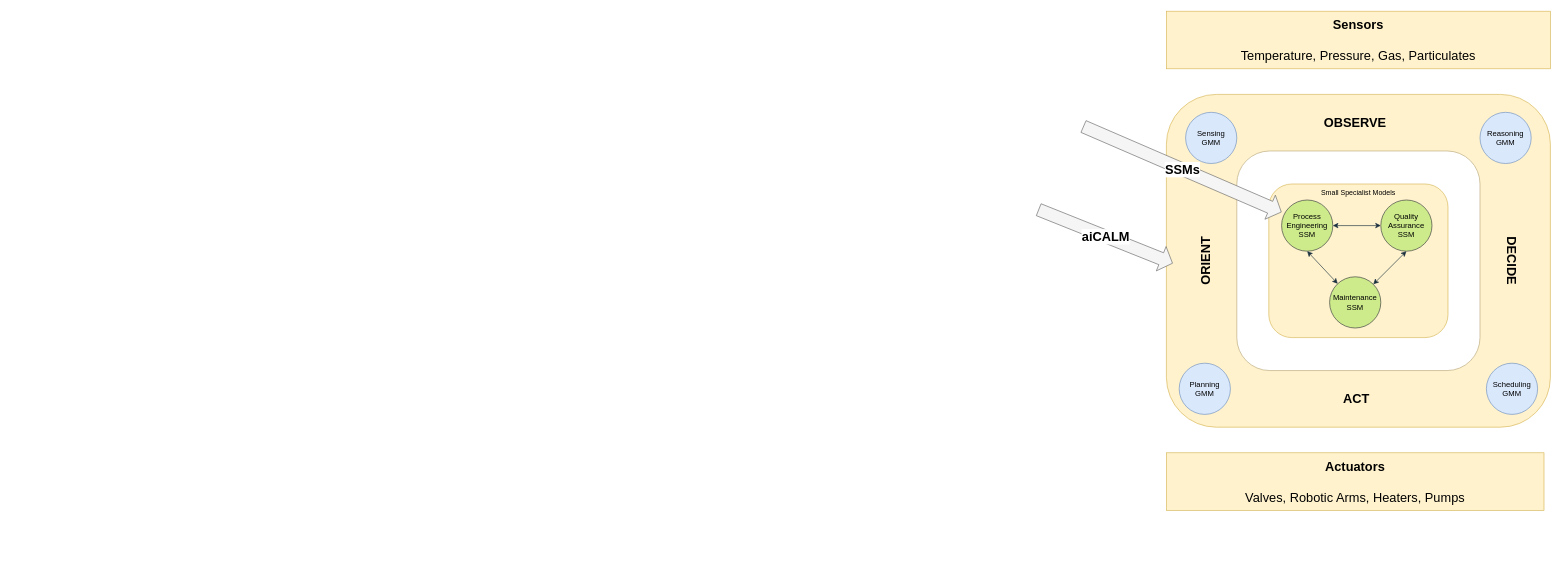
Above: page "ooda-loop" (3 of 8) of docs/diagrams/ssm.drawio in aitomatic/openssa (draw.io), before the change. Source tidied: cells renumbered, new cells numbered last; positions are measured from the earlier drawing's top-left corner, leaving out a move shared by most shapes. Both pictures are drawn from the tidied source at 64%, with x=0, y=0 at pixel (1038, 11).
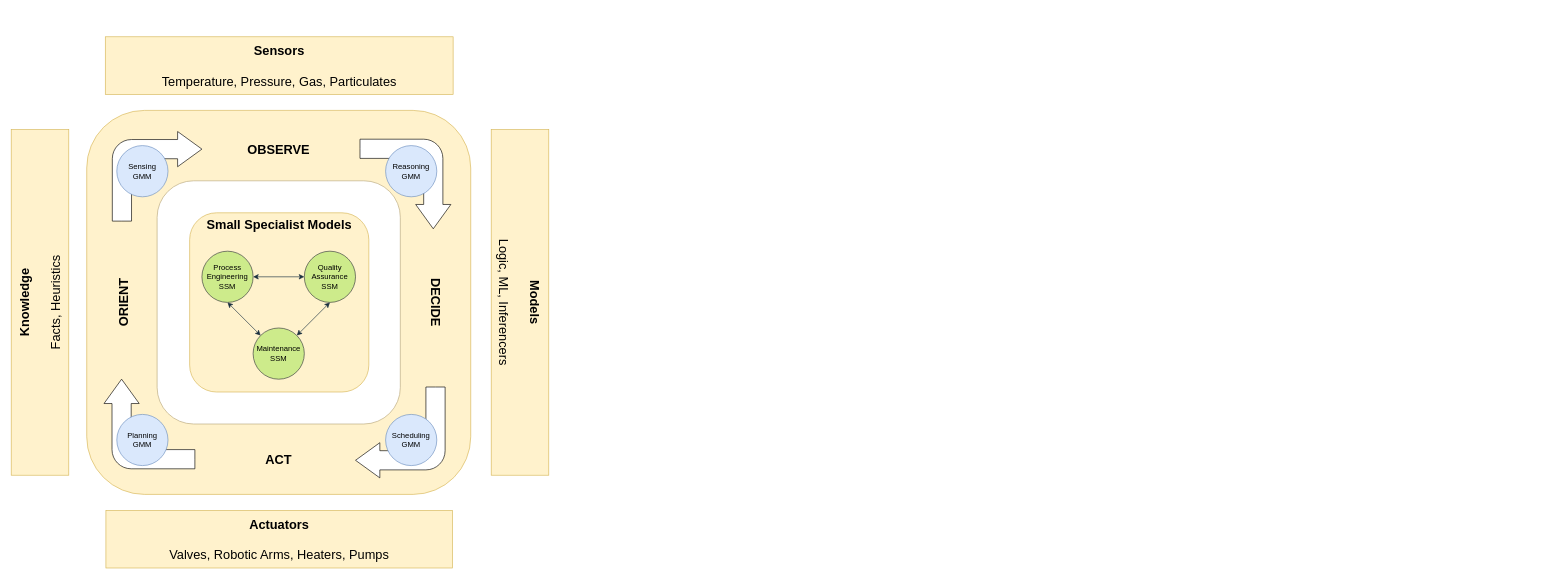
After the change.

The edit, as a diff of the source:
```diff
@@
     <mxCell id="2" style="rounded=1;whiteSpace=wrap;html=1;fontFamily=Helvetica;fontSize=11;verticalAlign=top;fillColor=#fff2cc;strokeColor=#d6b656;" parent="1" vertex="1">
-      <mxGeometry x="200" y="130" width="600" height="520" as="geometry" />
+      <mxGeometry x="-1487" y="155" width="600" height="600" as="geometry" />
     </mxCell>
     <mxCell id="3" style="rounded=1;whiteSpace=wrap;html=1;fontFamily=Helvetica;fontSize=11;verticalAlign=top;strokeColor=#B8A87C;" parent="1" vertex="1">
-      <mxGeometry x="310" y="218.4" width="380" height="343.1" as="geometry" />
+      <mxGeometry x="-1377" y="265" width="380" height="380" as="geometry" />
     </mxCell>
-    <mxCell id="4" value="Small Specialist Models" style="rounded=1;whiteSpace=wrap;html=1;fontFamily=Helvetica;fontSize=11;fillColor=#fff2cc;strokeColor=#d6b656;verticalAlign=top;" parent="1" vertex="1">
-      <mxGeometry x="360" y="270" width="280" height="240" as="geometry" />
+    <mxCell id="4" value="Small Specialist Models" style="rounded=1;whiteSpace=wrap;html=1;fontFamily=Helvetica;fontSize=20;fillColor=#fff2cc;strokeColor=#d6b656;verticalAlign=top;fontStyle=1;" parent="1" vertex="1">
+      <mxGeometry x="-1326.2" y="315" width="280" height="280" as="geometry" />
     </mxCell>
     <mxCell id="5" value="Process Engineering SSM" style="ellipse;whiteSpace=wrap;html=1;strokeColor=#36393d;fillColor=#cdeb8b;" parent="1" vertex="1">
-      <mxGeometry x="380" y="295" width="80" height="80" as="geometry" />
+      <mxGeometry x="-1307" y="375" width="80" height="80" as="geometry" />
     </mxCell>
     <mxCell id="6" value="Quality Assurance SSM" style="ellipse;whiteSpace=wrap;html=1;strokeColor=#36393d;fillColor=#cdeb8b;" parent="1" vertex="1">
-      <mxGeometry x="535" y="295" width="80" height="80" as="geometry" />
+      <mxGeometry x="-1147" y="375" width="80" height="80" as="geometry" />
     </mxCell>
@@
     <mxCell id="8" value="Maintenance SSM" style="ellipse;whiteSpace=wrap;html=1;strokeColor=#36393d;fillColor=#cdeb8b;" parent="1" vertex="1">
-      <mxGeometry x="455" y="415" width="80" height="80" as="geometry" />
+      <mxGeometry x="-1227" y="495" width="80" height="80" as="geometry" />
     </mxCell>
@@
     <mxCell id="11" value="&lt;b style=&quot;font-size: 20px;&quot;&gt;Sensors&lt;br style=&quot;font-size: 20px;&quot;&gt;&lt;/b&gt;&lt;br style=&quot;font-size: 20px;&quot;&gt;Temperature, Pressure, Gas, Particulates" style="rounded=0;whiteSpace=wrap;html=1;fontFamily=Helvetica;fontSize=20;fillColor=#fff2cc;strokeColor=#d6b656;" parent="1" vertex="1">
-      <mxGeometry x="200" width="600" height="90" as="geometry" />
+      <mxGeometry x="-1458" y="40" width="543.5" height="90" as="geometry" />
     </mxCell>
     <mxCell id="12" value="&lt;b style=&quot;font-size: 20px;&quot;&gt;Actuators&lt;br style=&quot;font-size: 20px;&quot;&gt;&lt;/b&gt;&lt;br style=&quot;font-size: 20px;&quot;&gt;Valves, Robotic Arms, Heaters, Pumps" style="rounded=0;whiteSpace=wrap;html=1;fontFamily=Helvetica;fontSize=20;fillColor=#fff2cc;strokeColor=#d6b656;" parent="1" vertex="1">
-      <mxGeometry x="200" y="690" width="590" height="90" as="geometry" />
+      <mxGeometry x="-1457" y="780" width="541.5" height="90" as="geometry" />
     </mxCell>
-    <mxCell id="13" value="Planning&lt;br&gt;GMM" style="ellipse;whiteSpace=wrap;html=1;strokeColor=#6c8ebf;fillColor=#dae8fc;" parent="1" vertex="1">
-      <mxGeometry x="220" y="550" width="80" height="80" as="geometry" />
-    </mxCell>
-    <mxCell id="14" value="Reasoning&lt;br&gt;GMM" style="ellipse;whiteSpace=wrap;html=1;strokeColor=#6c8ebf;fillColor=#dae8fc;" parent="1" vertex="1">
-      <mxGeometry x="690" y="158" width="80" height="80" as="geometry" />
-    </mxCell>
-    <mxCell id="15" value="Scheduling&lt;br&gt;GMM" style="ellipse;whiteSpace=wrap;html=1;strokeColor=#6c8ebf;fillColor=#dae8fc;" parent="1" vertex="1">
-      <mxGeometry x="700" y="550" width="80" height="80" as="geometry" />
-    </mxCell>
     <mxCell id="16" value="OBSERVE" style="text;html=1;strokeColor=none;fillColor=none;align=center;verticalAlign=middle;whiteSpace=wrap;rounded=0;fontSize=20;fontStyle=1;" parent="1" vertex="1">
-      <mxGeometry x="465" y="158" width="60" height="30" as="geometry" />
+      <mxGeometry x="-1217" y="200" width="60" height="30" as="geometry" />
     </mxCell>
     <mxCell id="17" value="ACT" style="text;html=1;strokeColor=none;fillColor=none;align=center;verticalAlign=middle;whiteSpace=wrap;rounded=0;fontSize=20;fontStyle=1;" parent="1" vertex="1">
-      <mxGeometry x="467" y="590" width="60" height="30" as="geometry" />
+      <mxGeometry x="-1217" y="685" width="60" height="30" as="geometry" />
     </mxCell>
     <mxCell id="18" value="ORIENT" style="text;html=1;strokeColor=none;fillColor=none;align=center;verticalAlign=middle;whiteSpace=wrap;rounded=0;fontSize=20;fontStyle=1;rotation=270;" parent="1" vertex="1">
-      <mxGeometry x="230" y="375" width="60" height="30" as="geometry" />
+      <mxGeometry x="-1460" y="440" width="60" height="30" as="geometry" />
     </mxCell>
     <mxCell id="19" value="DECIDE" style="text;html=1;strokeColor=none;fillColor=none;align=center;verticalAlign=middle;whiteSpace=wrap;rounded=0;fontSize=20;fontStyle=1;rotation=90;" parent="1" vertex="1">
-      <mxGeometry x="710" y="375" width="60" height="30" as="geometry" />
+      <mxGeometry x="-970" y="440" width="60" height="30" as="geometry" />
     </mxCell>
+    <mxCell id="23" style="html=1;shadow=0;dashed=0;align=center;verticalAlign=middle;shape=mxgraph.arrows2.bendArrow;dy=15;dx=38;notch=0;arrowHead=55;rounded=1;" parent="1" vertex="1">
+      <mxGeometry x="-1447" y="188" width="140" height="140" as="geometry" />
+    </mxCell>
     <mxCell id="20" value="Sensing&lt;br&gt;GMM" style="ellipse;whiteSpace=wrap;html=1;strokeColor=#6c8ebf;fillColor=#dae8fc;" parent="1" vertex="1">
-      <mxGeometry x="230" y="158" width="80" height="80" as="geometry" />
+      <mxGeometry x="-1440" y="210" width="80" height="80" as="geometry" />
     </mxCell>
-    <mxCell id="21" value="SSMs" style="shape=flexArrow;endArrow=classic;html=1;rounded=0;width=20;fontSize=20;fontStyle=1;fillColor=#f5f5f5;strokeColor=#666666;" parent="1" edge="1">
-      <mxGeometry relative="1" as="geometry">
-        <mxPoint x="70" y="180" as="sourcePoint" />
-        <mxPoint x="380" y="314" as="targetPoint" />
-      </mxGeometry>
-    </mxCell>
-    <mxCell id="22" value="aiCALM" style="shape=flexArrow;endArrow=classic;html=1;rounded=0;width=20;fontSize=20;fontStyle=1;fillColor=#f5f5f5;strokeColor=#666666;" parent="1" edge="1">
-      <mxGeometry relative="1" as="geometry">
-        <mxPoint y="310" as="sourcePoint" />
-        <mxPoint x="210" y="394" as="targetPoint" />
-      </mxGeometry>
-    </mxCell>
+    <mxCell id="24" style="html=1;shadow=0;dashed=0;align=center;verticalAlign=middle;shape=mxgraph.arrows2.bendArrow;dy=15;dx=38;notch=0;arrowHead=55;rounded=1;direction=south;" parent="1" vertex="1">
+      <mxGeometry x="-1060" y="200" width="142" height="140" as="geometry" />
+    </mxCell>
+    <mxCell id="14" value="Reasoning&lt;br&gt;GMM" style="ellipse;whiteSpace=wrap;html=1;strokeColor=#6c8ebf;fillColor=#dae8fc;" parent="1" vertex="1">
+      <mxGeometry x="-1020" y="210" width="80" height="80" as="geometry" />
+    </mxCell>
+    <mxCell id="25" style="html=1;shadow=0;dashed=0;align=center;verticalAlign=middle;shape=mxgraph.arrows2.bendArrow;dy=15;dx=38;notch=0;arrowHead=55;rounded=1;direction=west;" parent="1" vertex="1">
+      <mxGeometry x="-1067" y="587.2" width="140" height="142" as="geometry" />
+    </mxCell>
+    <mxCell id="15" value="Scheduling&lt;br&gt;GMM" style="ellipse;whiteSpace=wrap;html=1;strokeColor=#6c8ebf;fillColor=#dae8fc;" parent="1" vertex="1">
+      <mxGeometry x="-1020" y="630" width="80" height="80" as="geometry" />
+    </mxCell>
+    <mxCell id="26" style="html=1;shadow=0;dashed=0;align=center;verticalAlign=middle;shape=mxgraph.arrows2.bendArrow;dy=15;dx=38;notch=0;arrowHead=55;rounded=1;direction=north;" parent="1" vertex="1">
+      <mxGeometry x="-1460" y="575" width="142" height="140" as="geometry" />
+    </mxCell>
+    <mxCell id="13" value="Planning&lt;br&gt;GMM" style="ellipse;whiteSpace=wrap;html=1;strokeColor=#6c8ebf;fillColor=#dae8fc;" parent="1" vertex="1">
+      <mxGeometry x="-1440" y="630" width="80" height="80" as="geometry" />
+    </mxCell>
+    <mxCell id="27" value="&lt;b style=&quot;font-size: 20px;&quot;&gt;Models&lt;br style=&quot;font-size: 20px;&quot;&gt;&lt;/b&gt;&lt;br style=&quot;font-size: 20px;&quot;&gt;Logic, ML, Inferencers" style="rounded=0;whiteSpace=wrap;html=1;fontFamily=Helvetica;fontSize=20;fillColor=#fff2cc;strokeColor=#d6b656;direction=west;rotation=90;" parent="1" vertex="1">
+      <mxGeometry x="-1080" y="410" width="540" height="90" as="geometry" />
+    </mxCell>
+    <mxCell id="28" value="&lt;b style=&quot;font-size: 20px;&quot;&gt;Knowledge&lt;br style=&quot;font-size: 20px;&quot;&gt;&lt;/b&gt;&lt;br style=&quot;font-size: 20px;&quot;&gt;Facts, Heuristics" style="rounded=0;whiteSpace=wrap;html=1;fontFamily=Helvetica;fontSize=20;fillColor=#fff2cc;strokeColor=#d6b656;rotation=270;direction=west;" parent="1" vertex="1">
+      <mxGeometry x="-1830" y="410" width="540" height="90" as="geometry" />
+    </mxCell>
```
